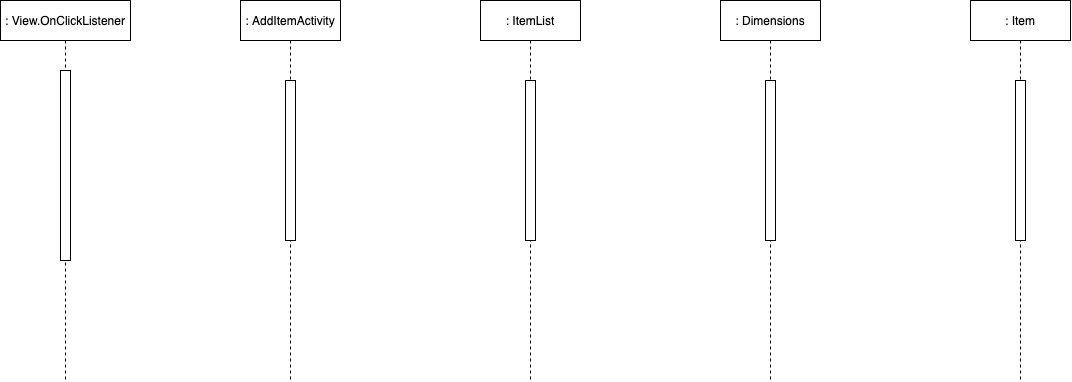
Above: Sequence Diagrams/ApplicationBorrowedTemplateSequenceDiagram.png in smitbmx/Architecture-Diagrams (draw.io), before the change. Source tidied: cells renumbered, new cells last; positions are measured from the earlier drawing's top-left corner, leaving out a move shared by most shapes.
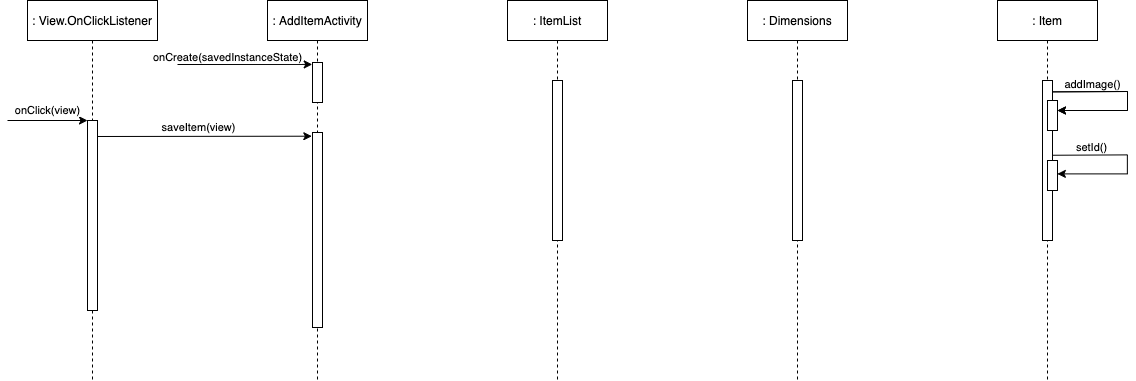
Later version of the same file.

Diff of the diagram source:
```diff
@@ -2,18 +2,45 @@
   <root>
     <mxCell id="0" />
     <mxCell id="1" parent="0" />
+    <mxCell id="12" style="endArrow=classic;html=1;entryX=-0.067;entryY=0.019;entryDx=0;entryDy=0;entryPerimeter=0;" parent="1" edge="1" target="16">
+      <mxGeometry relative="1" as="geometry">
+        <mxPoint x="64.7" y="136" as="sourcePoint" />
+      </mxGeometry>
+    </mxCell>
+    <mxCell id="13" value="saveItem(view)" style="edgeLabel;html=1;align=center;verticalAlign=middle;" parent="12" vertex="1">
+      <mxGeometry x="-0.04" y="2" relative="1" as="geometry">
+        <mxPoint x="1" y="-7" as="offset" />
+      </mxGeometry>
+    </mxCell>
+    <mxCell id="14" style="endArrow=classic;html=1;exitX=1.014;exitY=0.071;exitDx=0;exitDy=0;exitPerimeter=0;rounded=0;" parent="1" edge="1" source="11">
+      <mxGeometry relative="1" as="geometry">
+        <mxPoint x="1030" y="110" as="targetPoint" />
+        <Array as="points">
+          <mxPoint x="1100" y="91" />
+          <mxPoint x="1100" y="110" />
+        </Array>
+      </mxGeometry>
+    </mxCell>
+    <mxCell id="15" value="addImage()" style="edgeLabel;html=1;align=center;verticalAlign=middle;" parent="14" vertex="1">
+      <mxGeometry x="-0.65" relative="1" as="geometry">
+        <mxPoint x="11" y="-8" as="offset" />
+      </mxGeometry>
+    </mxCell>
     <mxCell id="2" value=": View.OnClickListener" style="shape=umlLifeline;perimeter=lifelinePerimeter;rounded=0;shadow=0;strokeWidth=1;" parent="1" vertex="1">
       <mxGeometry width="130" height="380" as="geometry" />
     </mxCell>
     <mxCell id="3" style="perimeter=orthogonalPerimeter;rounded=0;shadow=0;strokeWidth=1;" parent="2" vertex="1">
-      <mxGeometry x="60" y="70" width="10" height="190" as="geometry" />
+      <mxGeometry x="60" y="120" width="10" height="190" as="geometry" />
     </mxCell>
     <mxCell id="4" value=": AddItemActivity" style="shape=umlLifeline;perimeter=lifelinePerimeter;rounded=0;shadow=0;strokeWidth=1;" parent="1" vertex="1">
       <mxGeometry x="240" width="100" height="380" as="geometry" />
     </mxCell>
     <mxCell id="5" style="points=[];perimeter=orthogonalPerimeter;rounded=0;shadow=0;strokeWidth=1;" parent="4" vertex="1">
-      <mxGeometry x="45" y="80" width="10" height="160" as="geometry" />
+      <mxGeometry x="45" y="62" width="10" height="40" as="geometry" />
     </mxCell>
+    <mxCell id="16" style="points=[];perimeter=orthogonalPerimeter;rounded=0;shadow=0;strokeWidth=1;" parent="4" vertex="1">
+      <mxGeometry x="45" y="132" width="10" height="195" as="geometry" />
+    </mxCell>
     <mxCell id="6" value=": ItemList" style="shape=umlLifeline;perimeter=lifelinePerimeter;rounded=0;shadow=0;strokeWidth=1;" parent="1" vertex="1">
       <mxGeometry x="480" width="100" height="380" as="geometry" />
     </mxCell>
@@ -32,5 +59,55 @@
     <mxCell id="11" style="points=[];perimeter=orthogonalPerimeter;rounded=0;shadow=0;strokeWidth=1;" parent="10" vertex="1">
       <mxGeometry x="45" y="80" width="10" height="160" as="geometry" />
     </mxCell>
+    <mxCell id="17" style="perimeter=orthogonalPerimeter;rounded=0;shadow=0;strokeWidth=1;" parent="10" vertex="1">
+      <mxGeometry x="50" y="160" width="10" height="30" as="geometry" />
+    </mxCell>
+    <mxCell id="18" style="points=[];perimeter=orthogonalPerimeter;rounded=0;shadow=0;strokeWidth=1;" parent="1" vertex="1">
+      <mxGeometry x="1020" y="100" width="10" height="30" as="geometry" />
+    </mxCell>
+    <mxCell id="19" style="endArrow=classic;html=1;exitX=1.014;exitY=0.071;exitDx=0;exitDy=0;exitPerimeter=0;rounded=0;" parent="1" edge="1" source="11" target="18">
+      <mxGeometry relative="1" as="geometry">
+        <Array as="points">
+          <mxPoint x="1100" y="91" />
+          <mxPoint x="1100" y="110" />
+        </Array>
+      </mxGeometry>
+    </mxCell>
+    <mxCell id="20" value="addImage()" style="edgeLabel;html=1;align=center;verticalAlign=middle;" parent="19" vertex="1">
+      <mxGeometry x="-0.65" relative="1" as="geometry">
+        <mxPoint x="11" y="-8" as="offset" />
+      </mxGeometry>
+    </mxCell>
+    <mxCell id="21" style="endArrow=classic;html=1;exitX=1.014;exitY=0.071;exitDx=0;exitDy=0;exitPerimeter=0;rounded=0;" parent="1" edge="1">
+      <mxGeometry relative="1" as="geometry">
+        <mxPoint x="1025" y="154.8" as="sourcePoint" />
+        <mxPoint x="1029.9" y="173.4" as="targetPoint" />
+        <Array as="points">
+          <mxPoint x="1099.9" y="154.4" />
+          <mxPoint x="1099.9" y="173.4" />
+        </Array>
+      </mxGeometry>
+    </mxCell>
+    <mxCell id="22" value="setId()" style="edgeLabel;html=1;align=center;verticalAlign=middle;" parent="21" vertex="1">
+      <mxGeometry x="-0.65" relative="1" as="geometry">
+        <mxPoint x="11" y="-8" as="offset" />
+      </mxGeometry>
+    </mxCell>
+    <mxCell id="23" value="onClick(view)" style="endArrow=classic;html=1;" parent="1" edge="1">
+      <mxGeometry y="10" relative="1" as="geometry">
+        <mxPoint x="-20" y="120" as="sourcePoint" />
+        <mxPoint x="60" y="120" as="targetPoint" />
+      </mxGeometry>
+    </mxCell>
+    <mxCell id="24" style="endArrow=classic;html=1;entryX=-0.026;entryY=0.048;entryDx=0;entryDy=0;entryPerimeter=0;" parent="1" edge="1" target="5">
+      <mxGeometry relative="1" as="geometry">
+        <mxPoint x="150" y="64" as="sourcePoint" />
+      </mxGeometry>
+    </mxCell>
+    <mxCell id="25" value="onCreate(savedInstanceState)" style="edgeLabel;html=1;align=center;verticalAlign=middle;" parent="24" vertex="1">
+      <mxGeometry x="-0.21" relative="1" as="geometry">
+        <mxPoint x="-3" y="-7" as="offset" />
+      </mxGeometry>
+    </mxCell>
   </root>
 </mxGraphModel>
```
